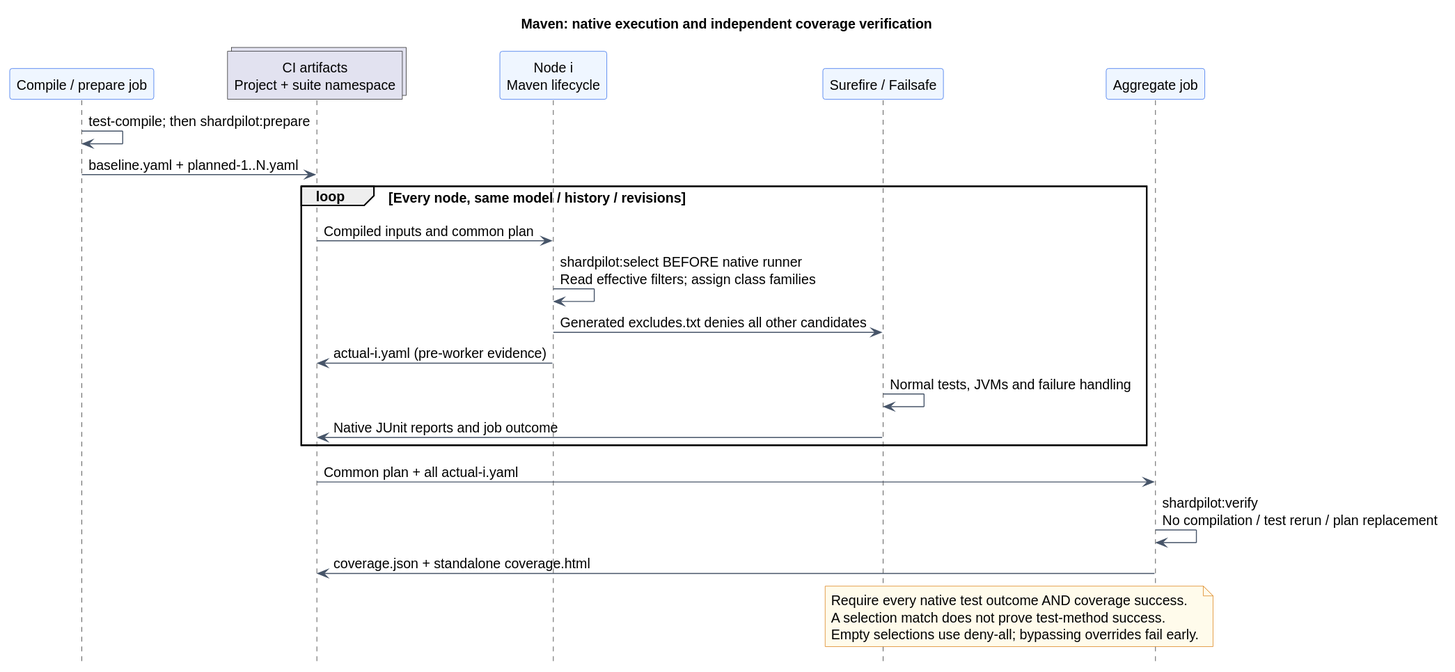
Earlier version of the PlantUML export docs/diagrams/maven-execution.svg (sjacek/shardpilot). Its source is kept beside it as docs/diagrams/maven-execution.puml. Source of this version:
```plantuml
@startuml
title Maven: native execution and independent coverage verification
skinparam backgroundColor #FFFFFF
skinparam shadowing false
skinparam defaultFontName SansSerif
skinparam defaultFontSize 14
skinparam ArrowColor #475569
skinparam sequenceParticipantBackgroundColor #EFF6FF
skinparam sequenceParticipantBorderColor #2563EB
skinparam noteBackgroundColor #FFFBEB
skinparam noteBorderColor #D97706
hide footbox

participant "Compile / prepare job" as prepare
collections "CI artifacts\nProject + suite namespace" as artifacts
participant "Node i\nMaven lifecycle" as node
participant "Surefire / Failsafe" as runner
participant "Aggregate job" as aggregate

prepare -> prepare : test-compile; then shardpilot:prepare
prepare -> artifacts : baseline.yaml + planned-1..N.yaml
loop Every node, same model / history / revisions
  artifacts -> node : Compiled inputs and common plan
  node -> node : shardpilot:select BEFORE native runner\nRead effective filters; assign class families
  node -> runner : Generated excludes.txt denies all other candidates
  node -> artifacts : actual-i.yaml (pre-worker evidence)
  runner -> runner : Normal tests, JVMs and failure handling
  runner -> artifacts : Native JUnit reports and job outcome
end
artifacts -> aggregate : Common plan + all actual-i.yaml
aggregate -> aggregate : shardpilot:verify\nNo compilation / test rerun / plan replacement
aggregate -> artifacts : coverage.json + standalone coverage.html
note over runner,aggregate
  Require every native test outcome AND coverage success.
  A selection match does not prove test-method success.
  Empty selections use deny-all; bypassing overrides fail early.
end note
@enduml
```
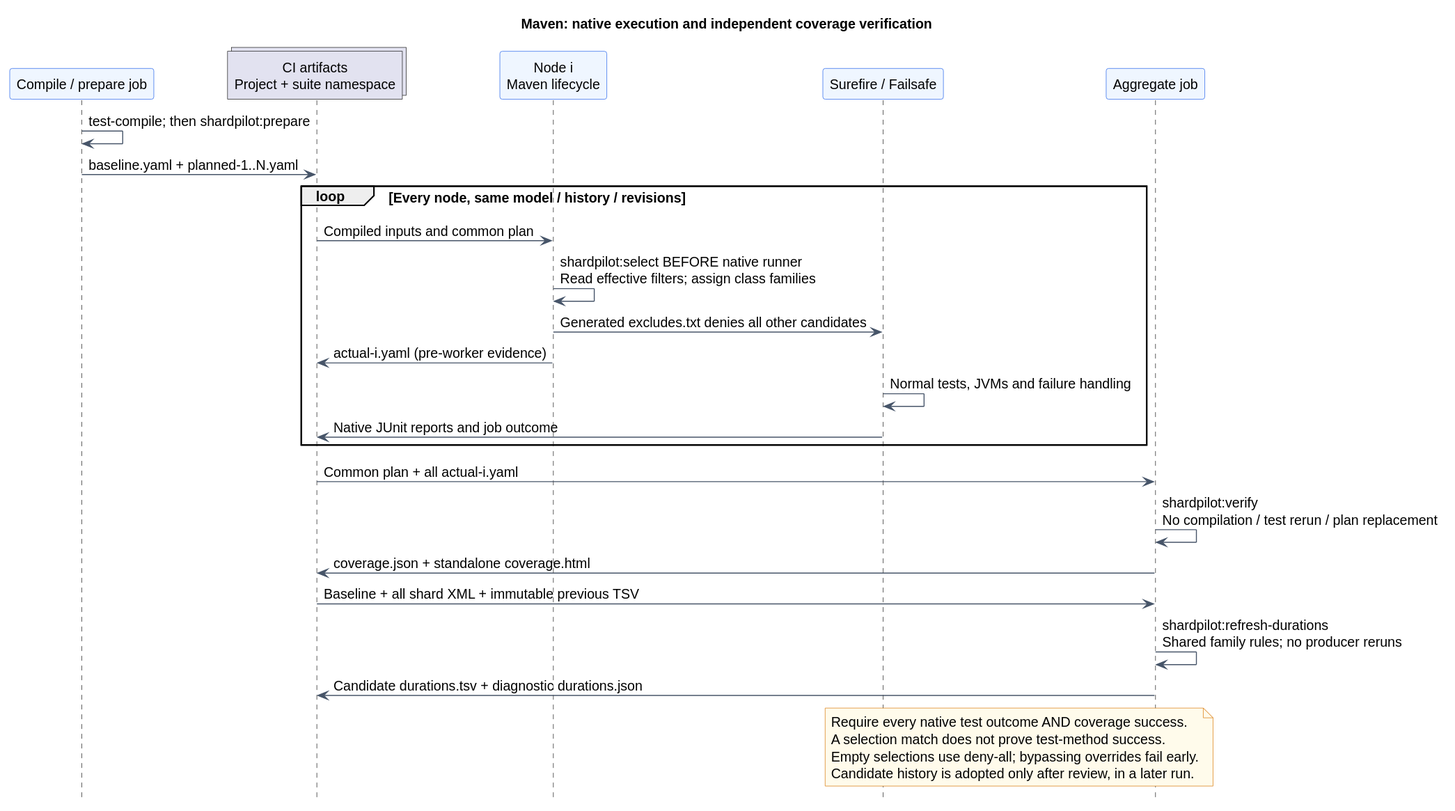
Above is the later version.

Diff of the diagram source:
```diff
@@ -30,9 +30,13 @@
 artifacts -> aggregate : Common plan + all actual-i.yaml
 aggregate -> aggregate : shardpilot:verify\nNo compilation / test rerun / plan replacement
 aggregate -> artifacts : coverage.json + standalone coverage.html
+artifacts -> aggregate : Baseline + all shard XML + immutable previous TSV
+aggregate -> aggregate : shardpilot:refresh-durations\nShared family rules; no producer reruns
+aggregate -> artifacts : Candidate durations.tsv + diagnostic durations.json
 note over runner,aggregate
   Require every native test outcome AND coverage success.
   A selection match does not prove test-method success.
   Empty selections use deny-all; bypassing overrides fail early.
+  Candidate history is adopted only after review, in a later run.
 end note
 @enduml
```
